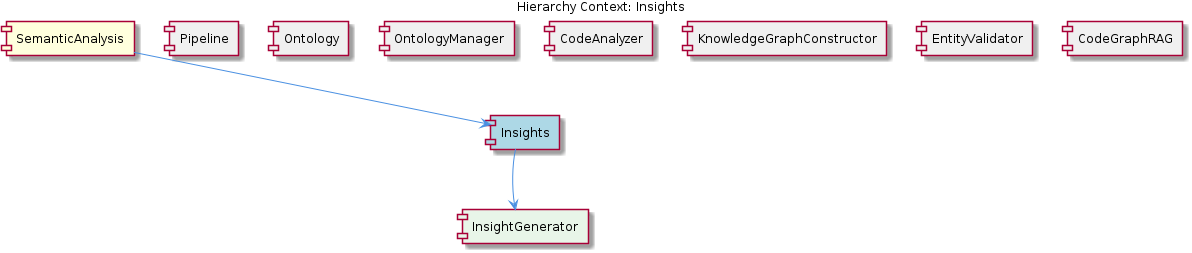
The PlantUML diagram knowledge-management/insights/images/insights-relationship.png in fwornle/coding, before a commit. Its source is kept beside it as .data/knowledge-graph/insights/puml/insights-relationship.puml. Source of this version:
```plantuml
@startuml
!include _standard-style.puml

title Hierarchy Context: Insights

[SemanticAnalysis] as semantic_analysis #FFFFDD
[Insights] as insights #LightBlue
[Pipeline] as pipeline #F0F0F0
[Ontology] as ontology #F0F0F0
[OntologyManager] as ontology_manager #F0F0F0
[CodeAnalyzer] as code_analyzer #F0F0F0
[InsightGenerator] as insight_generator #F0F0F0
[KnowledgeGraphConstructor] as knowledge_graph_constructor #F0F0F0
[EntityValidator] as entity_validator #F0F0F0
[CodeGraphRAG] as code_graph_rag #F0F0F0
[InsightGenerator] as insight_generator #E8F5E8

semantic_analysis --> insights
pipeline -[hidden]- insights
ontology -[hidden]- insights
ontology_manager -[hidden]- insights
code_analyzer -[hidden]- insights
insight_generator -[hidden]- insights
knowledge_graph_constructor -[hidden]- insights
entity_validator -[hidden]- insights
code_graph_rag -[hidden]- insights
insights --> insight_generator

@enduml
```
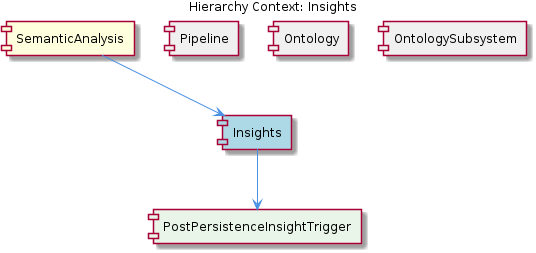
The same file after the commit.

Change to the diagram source:
```diff
@@ -7,23 +7,13 @@
 [Insights] as insights #LightBlue
 [Pipeline] as pipeline #F0F0F0
 [Ontology] as ontology #F0F0F0
-[OntologyManager] as ontology_manager #F0F0F0
-[CodeAnalyzer] as code_analyzer #F0F0F0
-[InsightGenerator] as insight_generator #F0F0F0
-[KnowledgeGraphConstructor] as knowledge_graph_constructor #F0F0F0
-[EntityValidator] as entity_validator #F0F0F0
-[CodeGraphRAG] as code_graph_rag #F0F0F0
-[InsightGenerator] as insight_generator #E8F5E8
+[OntologySubsystem] as ontology_subsystem #F0F0F0
+[PostPersistenceInsightTrigger] as post_persistence_insight_trigger #E8F5E8
 
 semantic_analysis --> insights
 pipeline -[hidden]- insights
 ontology -[hidden]- insights
-ontology_manager -[hidden]- insights
-code_analyzer -[hidden]- insights
-insight_generator -[hidden]- insights
-knowledge_graph_constructor -[hidden]- insights
-entity_validator -[hidden]- insights
-code_graph_rag -[hidden]- insights
-insights --> insight_generator
+ontology_subsystem -[hidden]- insights
+insights --> post_persistence_insight_trigger
 
 @enduml
```
